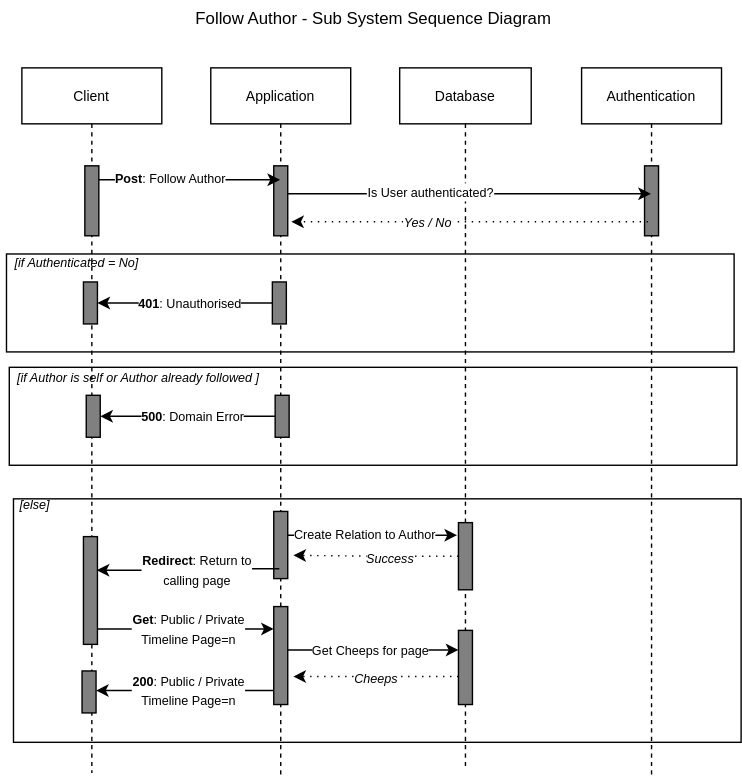
Above: docs/Diagrams/SubSystemSequenceDiagramFollowAuthor.drawio.svg in ITU-BDSA23-GROUP22/Chirp (draw.io), before the change. Source tidied: cells renumbered, new cells last; positions are measured from the earlier drawing's top-left corner, leaving out a move shared by most shapes. Its diagram source:
```xml
<mxGraphModel background="#ffffff">
  <root>
    <mxCell id="0" />
    <mxCell id="1" parent="0" />
    <mxCell id="2" style="rounded=0;whiteSpace=wrap;html=1;fillColor=none;" parent="1" vertex="1">
      <mxGeometry x="9" y="356" width="520" height="174" as="geometry" />
    </mxCell>
    <mxCell id="3" value="Application" style="shape=umlLifeline;perimeter=lifelinePerimeter;whiteSpace=wrap;html=1;newEdgeStyle={&quot;edgeStyle&quot;:&quot;elbowEdgeStyle&quot;,&quot;elbow&quot;:&quot;vertical&quot;,&quot;curved&quot;:0,&quot;rounded&quot;:0};align=center;verticalAlign=middle;fontFamily=Helvetica;fontSize=10;fontColor=default;fillColor=none;gradientColor=none;" parent="1" vertex="1">
      <mxGeometry x="150" y="48" width="100" height="507" as="geometry" />
    </mxCell>
    <mxCell id="4" style="html=1;perimeter=orthogonalPerimeter;targetShapes=umlLifeline;newEdgeStyle={&quot;curved&quot;:0,&quot;rounded&quot;:0};fillColor=#808080;align=center;verticalAlign=middle;fontFamily=Helvetica;fontSize=10;fontColor=default;" parent="3" vertex="1">
      <mxGeometry x="45" y="70" width="10" height="50" as="geometry" />
    </mxCell>
    <mxCell id="5" style="html=1;points=[[0,0,0,0,5],[0,1,0,0,-5],[1,0,0,0,5],[1,1,0,0,-5]];perimeter=orthogonalPerimeter;outlineConnect=0;targetShapes=umlLifeline;portConstraint=eastwest;newEdgeStyle={&quot;curved&quot;:0,&quot;rounded&quot;:0};fillColor=#808080;align=center;verticalAlign=middle;fontFamily=Helvetica;fontSize=10;fontColor=default;" parent="3" vertex="1">
      <mxGeometry x="45" y="317" width="10" height="48" as="geometry" />
    </mxCell>
    <mxCell id="6" style="html=1;points=[[0,0,0,0,5],[0,1,0,0,-5],[1,0,0,0,5],[1,1,0,0,-5]];perimeter=orthogonalPerimeter;outlineConnect=0;targetShapes=umlLifeline;portConstraint=eastwest;newEdgeStyle={&quot;curved&quot;:0,&quot;rounded&quot;:0};fillColor=#808080;align=center;verticalAlign=middle;fontFamily=Helvetica;fontSize=10;fontColor=default;" parent="3" vertex="1">
      <mxGeometry x="45" y="385" width="10" height="70" as="geometry" />
    </mxCell>
    <mxCell id="7" value="Client" style="shape=umlLifeline;perimeter=lifelinePerimeter;whiteSpace=wrap;html=1;newEdgeStyle={&quot;edgeStyle&quot;:&quot;elbowEdgeStyle&quot;,&quot;elbow&quot;:&quot;vertical&quot;,&quot;curved&quot;:0,&quot;rounded&quot;:0};align=center;verticalAlign=middle;fontFamily=Helvetica;fontSize=10;fontColor=default;fillColor=none;gradientColor=none;" parent="1" vertex="1">
      <mxGeometry x="15" y="48" width="100" height="504" as="geometry" />
    </mxCell>
    <mxCell id="8" style="html=1;perimeter=orthogonalPerimeter;targetShapes=umlLifeline;newEdgeStyle={&quot;curved&quot;:0,&quot;rounded&quot;:0};fillColor=#808080;align=center;verticalAlign=middle;fontFamily=Helvetica;fontSize=10;fontColor=default;" parent="7" vertex="1">
      <mxGeometry x="45" y="70" width="10" height="50" as="geometry" />
    </mxCell>
    <mxCell id="9" style="html=1;points=[[0,0,0,0,5],[0,1,0,0,-5],[1,0,0,0,5],[1,1,0,0,-5]];perimeter=orthogonalPerimeter;outlineConnect=0;targetShapes=umlLifeline;portConstraint=eastwest;newEdgeStyle={&quot;curved&quot;:0,&quot;rounded&quot;:0};fillColor=#808080;align=center;verticalAlign=middle;fontFamily=Helvetica;fontSize=10;fontColor=default;" parent="7" vertex="1">
      <mxGeometry x="43" y="431" width="10" height="30" as="geometry" />
    </mxCell>
    <mxCell id="10" style="edgeStyle=none;shape=connector;rounded=0;orthogonalLoop=1;jettySize=auto;html=1;curved=0;labelBackgroundColor=default;strokeColor=default;align=center;verticalAlign=middle;fontFamily=Helvetica;fontSize=10;fontColor=default;endArrow=classic;" parent="1" edge="1">
      <mxGeometry relative="1" as="geometry">
        <mxPoint x="70" y="128" as="sourcePoint" />
        <mxPoint x="199.5" y="128" as="targetPoint" />
        <Array as="points">
          <mxPoint x="135" y="128" />
        </Array>
      </mxGeometry>
    </mxCell>
    <mxCell id="11" value="&lt;font style=&quot;font-size: 9px;&quot;&gt;&lt;b&gt;Post&lt;/b&gt;: Follow Author&lt;/font&gt;" style="edgeLabel;html=1;align=center;verticalAlign=middle;" parent="10" vertex="1">
      <mxGeometry x="-0.22" y="1" relative="1" as="geometry" />
    </mxCell>
    <mxCell id="12" value="Database" style="shape=umlLifeline;perimeter=lifelinePerimeter;whiteSpace=wrap;html=1;newEdgeStyle={&quot;edgeStyle&quot;:&quot;elbowEdgeStyle&quot;,&quot;elbow&quot;:&quot;vertical&quot;,&quot;curved&quot;:0,&quot;rounded&quot;:0};align=center;verticalAlign=middle;fontFamily=Helvetica;fontSize=10;fontColor=default;fillColor=none;gradientColor=none;" parent="1" vertex="1">
      <mxGeometry x="285" y="48" width="94" height="500" as="geometry" />
    </mxCell>
    <mxCell id="13" style="rounded=0;whiteSpace=wrap;html=1;fillColor=none;" parent="12" vertex="1">
      <mxGeometry x="-281" y="133" width="520" height="70" as="geometry" />
    </mxCell>
    <mxCell id="14" style="html=1;points=[[0,0,0,0,5],[0,1,0,0,-5],[1,0,0,0,5],[1,1,0,0,-5]];perimeter=orthogonalPerimeter;outlineConnect=0;targetShapes=umlLifeline;portConstraint=eastwest;newEdgeStyle={&quot;curved&quot;:0,&quot;rounded&quot;:0};fillColor=#808080;align=center;verticalAlign=middle;fontFamily=Helvetica;fontSize=10;fontColor=default;" parent="12" vertex="1">
      <mxGeometry x="-91" y="153" width="10" height="30" as="geometry" />
    </mxCell>
    <mxCell id="15" style="html=1;points=[[0,0,0,0,5],[0,1,0,0,-5],[1,0,0,0,5],[1,1,0,0,-5]];perimeter=orthogonalPerimeter;outlineConnect=0;targetShapes=umlLifeline;portConstraint=eastwest;newEdgeStyle={&quot;curved&quot;:0,&quot;rounded&quot;:0};fillColor=#808080;align=center;verticalAlign=middle;fontFamily=Helvetica;fontSize=10;fontColor=default;" parent="12" vertex="1">
      <mxGeometry x="-226" y="153" width="10" height="30" as="geometry" />
    </mxCell>
    <mxCell id="16" style="edgeStyle=orthogonalEdgeStyle;rounded=0;jettySize=auto;html=1;curved=0;" parent="12" edge="1" source="14" target="15">
      <mxGeometry relative="1" as="geometry" />
    </mxCell>
    <mxCell id="17" value="&lt;font style=&quot;font-size: 9px;&quot;&gt;&lt;b&gt;401&lt;/b&gt;: Unauthorised&lt;/font&gt;" style="edgeLabel;html=1;align=center;verticalAlign=middle;" parent="16" vertex="1">
      <mxGeometry x="-0.25" y="-1" relative="1" as="geometry">
        <mxPoint x="-13" y="1" as="offset" />
      </mxGeometry>
    </mxCell>
    <mxCell id="18" style="rounded=0;whiteSpace=wrap;html=1;fillColor=none;" parent="12" vertex="1">
      <mxGeometry x="-279" y="214" width="520" height="70" as="geometry" />
    </mxCell>
    <mxCell id="19" style="html=1;points=[[0,0,0,0,5],[0,1,0,0,-5],[1,0,0,0,5],[1,1,0,0,-5]];perimeter=orthogonalPerimeter;outlineConnect=0;targetShapes=umlLifeline;portConstraint=eastwest;newEdgeStyle={&quot;curved&quot;:0,&quot;rounded&quot;:0};fillColor=#808080;align=center;verticalAlign=middle;fontFamily=Helvetica;fontSize=10;fontColor=default;" parent="12" vertex="1">
      <mxGeometry x="-89" y="234" width="10" height="30" as="geometry" />
    </mxCell>
    <mxCell id="20" style="html=1;points=[[0,0,0,0,5],[0,1,0,0,-5],[1,0,0,0,5],[1,1,0,0,-5]];perimeter=orthogonalPerimeter;outlineConnect=0;targetShapes=umlLifeline;portConstraint=eastwest;newEdgeStyle={&quot;curved&quot;:0,&quot;rounded&quot;:0};fillColor=#808080;align=center;verticalAlign=middle;fontFamily=Helvetica;fontSize=10;fontColor=default;" parent="12" vertex="1">
      <mxGeometry x="-224" y="234" width="10" height="30" as="geometry" />
    </mxCell>
    <mxCell id="21" style="edgeStyle=orthogonalEdgeStyle;rounded=0;jettySize=auto;html=1;curved=0;" parent="12" edge="1" source="19" target="20">
      <mxGeometry relative="1" as="geometry" />
    </mxCell>
    <mxCell id="22" value="&lt;font style=&quot;font-size: 9px;&quot;&gt;&lt;b&gt;500&lt;/b&gt;: Domain Error&lt;/font&gt;" style="edgeLabel;html=1;align=center;verticalAlign=middle;" parent="21" vertex="1">
      <mxGeometry x="-0.25" y="-1" relative="1" as="geometry">
        <mxPoint x="-13" y="1" as="offset" />
      </mxGeometry>
    </mxCell>
    <mxCell id="23" style="html=1;points=[[0,0,0,0,5],[0,1,0,0,-5],[1,0,0,0,5],[1,1,0,0,-5]];perimeter=orthogonalPerimeter;outlineConnect=0;targetShapes=umlLifeline;portConstraint=eastwest;newEdgeStyle={&quot;curved&quot;:0,&quot;rounded&quot;:0};fillColor=#808080;align=center;verticalAlign=middle;fontFamily=Helvetica;fontSize=10;fontColor=default;" parent="12" vertex="1">
      <mxGeometry x="42" y="325" width="10" height="48" as="geometry" />
    </mxCell>
    <mxCell id="24" style="html=1;points=[[0,0,0,0,5],[0,1,0,0,-5],[1,0,0,0,5],[1,1,0,0,-5]];perimeter=orthogonalPerimeter;outlineConnect=0;targetShapes=umlLifeline;portConstraint=eastwest;newEdgeStyle={&quot;curved&quot;:0,&quot;rounded&quot;:0};fillColor=#808080;align=center;verticalAlign=middle;fontFamily=Helvetica;fontSize=10;fontColor=default;" parent="12" vertex="1">
      <mxGeometry x="42" y="402" width="10" height="53" as="geometry" />
    </mxCell>
    <mxCell id="25" style="rounded=0;jettySize=auto;html=1;" parent="12" edge="1" source="5">
      <mxGeometry relative="1" as="geometry">
        <mxPoint x="41" y="334" as="targetPoint" />
      </mxGeometry>
    </mxCell>
    <mxCell id="26" value="&lt;font style=&quot;font-size: 9px;&quot;&gt;Create Relation to Author&lt;/font&gt;" style="edgeLabel;html=1;align=center;verticalAlign=middle;" parent="25" vertex="1">
      <mxGeometry x="0.01" y="1" relative="1" as="geometry">
        <mxPoint x="-6" as="offset" />
      </mxGeometry>
    </mxCell>
    <mxCell id="27" style="rounded=0;jettySize=auto;html=1;dashed=1;dashPattern=1 4;" parent="12" edge="1" source="24">
      <mxGeometry relative="1" as="geometry">
        <mxPoint x="-76" y="435" as="targetPoint" />
      </mxGeometry>
    </mxCell>
    <mxCell id="28" value="&lt;i&gt;&lt;font style=&quot;font-size: 9px;&quot;&gt;Cheeps&lt;/font&gt;&lt;/i&gt;" style="edgeLabel;html=1;align=center;verticalAlign=middle;" parent="27" vertex="1">
      <mxGeometry x="0.4" relative="1" as="geometry">
        <mxPoint x="23" y="1" as="offset" />
      </mxGeometry>
    </mxCell>
    <mxCell id="29" value="Authentication" style="shape=umlLifeline;perimeter=lifelinePerimeter;whiteSpace=wrap;html=1;outlineConnect=0;portConstraint=eastwest;newEdgeStyle={&quot;edgeStyle&quot;:&quot;elbowEdgeStyle&quot;,&quot;elbow&quot;:&quot;vertical&quot;,&quot;curved&quot;:0,&quot;rounded&quot;:0};align=center;verticalAlign=middle;fontFamily=Helvetica;fontSize=10;fontColor=default;fillColor=none;gradientColor=none;" parent="1" vertex="1">
      <mxGeometry x="415" y="48" width="100" height="507" as="geometry" />
    </mxCell>
    <mxCell id="30" style="html=1;perimeter=orthogonalPerimeter;targetShapes=umlLifeline;newEdgeStyle={&quot;curved&quot;:0,&quot;rounded&quot;:0};fillColor=#808080;align=center;verticalAlign=middle;fontFamily=Helvetica;fontSize=10;fontColor=default;" parent="29" vertex="1">
      <mxGeometry x="45" y="70" width="10" height="50" as="geometry" />
    </mxCell>
    <mxCell id="31" value="Follow Author - Sub System Sequence Diagram" style="text;html=1;align=center;verticalAlign=middle;strokeColor=none;fillColor=none;" parent="1" vertex="1">
      <mxGeometry x="129" width="273" height="26" as="geometry" />
    </mxCell>
    <mxCell id="32" style="edgeStyle=none;shape=connector;rounded=0;jettySize=auto;html=1;curved=0;labelBackgroundColor=default;strokeColor=default;align=center;verticalAlign=middle;fontFamily=Helvetica;fontSize=10;fontColor=default;endArrow=classic;" parent="1" edge="1" target="29">
      <mxGeometry relative="1" as="geometry">
        <mxPoint x="205" y="138" as="sourcePoint" />
        <Array as="points">
          <mxPoint x="270" y="138" />
        </Array>
      </mxGeometry>
    </mxCell>
    <mxCell id="33" value="&lt;font style=&quot;font-size: 9px;&quot;&gt;Is User authenticated?&lt;/font&gt;" style="edgeLabel;html=1;align=center;verticalAlign=middle;" parent="32" vertex="1">
      <mxGeometry x="-0.22" y="1" relative="1" as="geometry" />
    </mxCell>
    <mxCell id="34" style="edgeStyle=orthogonalEdgeStyle;rounded=0;orthogonalLoop=1;jettySize=auto;html=1;curved=0;dashed=1;dashPattern=1 4;" parent="1" edge="1">
      <mxGeometry relative="1" as="geometry">
        <mxPoint x="462.5" y="158" as="sourcePoint" />
        <mxPoint x="207.5" y="158" as="targetPoint" />
      </mxGeometry>
    </mxCell>
    <mxCell id="35" value="&lt;i&gt;&lt;font style=&quot;font-size: 9px;&quot;&gt;Yes / No&lt;/font&gt;&lt;/i&gt;" style="edgeLabel;html=1;align=center;verticalAlign=middle;" parent="34" vertex="1">
      <mxGeometry x="0.4" relative="1" as="geometry">
        <mxPoint x="21" as="offset" />
      </mxGeometry>
    </mxCell>
    <mxCell id="36" value="&lt;font style=&quot;font-size: 9px;&quot;&gt;&lt;i&gt;[if Authenticated = No]&lt;/i&gt;&lt;/font&gt;" style="text;html=1;align=center;verticalAlign=middle;strokeColor=none;fillColor=none;" parent="1" vertex="1">
      <mxGeometry y="174" width="107" height="26" as="geometry" />
    </mxCell>
    <mxCell id="37" value="&lt;font&gt;&lt;i&gt;&lt;span style=&quot;font-size: 9px;&quot;&gt;[if Author is self or Author already followed ]&lt;/span&gt;&lt;/i&gt;&lt;/font&gt;" style="text;html=1;align=center;verticalAlign=middle;strokeColor=none;fillColor=none;" parent="1" vertex="1">
      <mxGeometry x="2" y="256" width="192" height="26" as="geometry" />
    </mxCell>
    <mxCell id="38" value="&lt;font style=&quot;font-size: 9px;&quot;&gt;&lt;i&gt;[else]&lt;/i&gt;&lt;/font&gt;" style="text;html=1;align=center;verticalAlign=middle;strokeColor=none;fillColor=none;" parent="1" vertex="1">
      <mxGeometry x="4" y="347" width="40" height="26" as="geometry" />
    </mxCell>
    <mxCell id="39" style="html=1;points=[[0,0,0,0,5],[0,1,0,0,-5],[1,0,0,0,5],[1,1,0,0,-5]];perimeter=orthogonalPerimeter;outlineConnect=0;targetShapes=umlLifeline;portConstraint=eastwest;newEdgeStyle={&quot;curved&quot;:0,&quot;rounded&quot;:0};fillColor=#808080;align=center;verticalAlign=middle;fontFamily=Helvetica;fontSize=10;fontColor=default;" parent="1" vertex="1">
      <mxGeometry x="59" y="383" width="10" height="77" as="geometry" />
    </mxCell>
    <mxCell id="40" style="edgeStyle=orthogonalEdgeStyle;rounded=0;jettySize=auto;html=1;curved=0;" parent="1" edge="1" source="39" target="6">
      <mxGeometry relative="1" as="geometry">
        <Array as="points">
          <mxPoint x="85" y="449" />
          <mxPoint x="85" y="449" />
        </Array>
      </mxGeometry>
    </mxCell>
    <mxCell id="41" value="&lt;font style=&quot;font-size: 9px;&quot;&gt;&lt;b&gt;Get&lt;/b&gt;: Public / Private &lt;br&gt;Timeline Page=n&lt;br&gt;&lt;/font&gt;" style="edgeLabel;html=1;align=center;verticalAlign=middle;" parent="40" vertex="1">
      <mxGeometry x="-0.37" relative="1" as="geometry">
        <mxPoint x="25" as="offset" />
      </mxGeometry>
    </mxCell>
    <mxCell id="42" style="edgeStyle=orthogonalEdgeStyle;rounded=0;jettySize=auto;html=1;curved=0;dashed=1;dashPattern=1 4;" parent="1" edge="1" source="23">
      <mxGeometry relative="1" as="geometry">
        <mxPoint x="209" y="396.4" as="targetPoint" />
      </mxGeometry>
    </mxCell>
    <mxCell id="43" value="&lt;i&gt;&lt;font style=&quot;font-size: 9px;&quot;&gt;Success&lt;/font&gt;&lt;/i&gt;" style="edgeLabel;html=1;align=center;verticalAlign=middle;" parent="42" vertex="1">
      <mxGeometry x="0.4" relative="1" as="geometry">
        <mxPoint x="33" y="1" as="offset" />
      </mxGeometry>
    </mxCell>
    <mxCell id="44" style="edgeStyle=orthogonalEdgeStyle;rounded=0;orthogonalLoop=1;jettySize=auto;html=1;curved=0;" parent="1" edge="1">
      <mxGeometry relative="1" as="geometry">
        <mxPoint x="199" y="406" as="sourcePoint" />
        <mxPoint x="68.5" y="407" as="targetPoint" />
        <Array as="points">
          <mxPoint x="159" y="406" />
          <mxPoint x="159" y="407" />
        </Array>
      </mxGeometry>
    </mxCell>
    <mxCell id="45" value="&lt;font style=&quot;font-size: 9px;&quot;&gt;&lt;b&gt;Redirect&lt;/b&gt;: Return to &lt;br&gt;calling page&lt;/font&gt;" style="edgeLabel;html=1;align=center;verticalAlign=middle;" parent="44" vertex="1">
      <mxGeometry x="-0.08" relative="1" as="geometry" />
    </mxCell>
    <mxCell id="46" style="edgeStyle=orthogonalEdgeStyle;rounded=0;jettySize=auto;html=1;curved=0;" parent="1" edge="1" source="6" target="9">
      <mxGeometry relative="1" as="geometry">
        <Array as="points">
          <mxPoint x="181" y="493" />
          <mxPoint x="181" y="493" />
        </Array>
      </mxGeometry>
    </mxCell>
    <mxCell id="47" value="&lt;font style=&quot;font-size: 9px;&quot;&gt;&lt;b&gt;200&lt;/b&gt;: Public / Private&lt;br&gt;Timeline&amp;nbsp;Page=n&lt;/font&gt;" style="edgeLabel;html=1;align=center;verticalAlign=middle;" parent="46" vertex="1">
      <mxGeometry x="-0.03" relative="1" as="geometry" />
    </mxCell>
    <mxCell id="48" style="edgeStyle=orthogonalEdgeStyle;rounded=0;jettySize=auto;html=1;curved=0;" parent="1" edge="1" source="6" target="24">
      <mxGeometry relative="1" as="geometry">
        <Array as="points">
          <mxPoint x="224" y="464" />
          <mxPoint x="224" y="464" />
        </Array>
      </mxGeometry>
    </mxCell>
    <mxCell id="49" value="&lt;font style=&quot;font-size: 9px;&quot;&gt;Get Cheeps for page&lt;/font&gt;" style="edgeLabel;html=1;align=center;verticalAlign=middle;" parent="48" vertex="1">
      <mxGeometry x="-0.25" y="1" relative="1" as="geometry">
        <mxPoint x="13" y="1" as="offset" />
      </mxGeometry>
    </mxCell>
  </root>
</mxGraphModel>
```
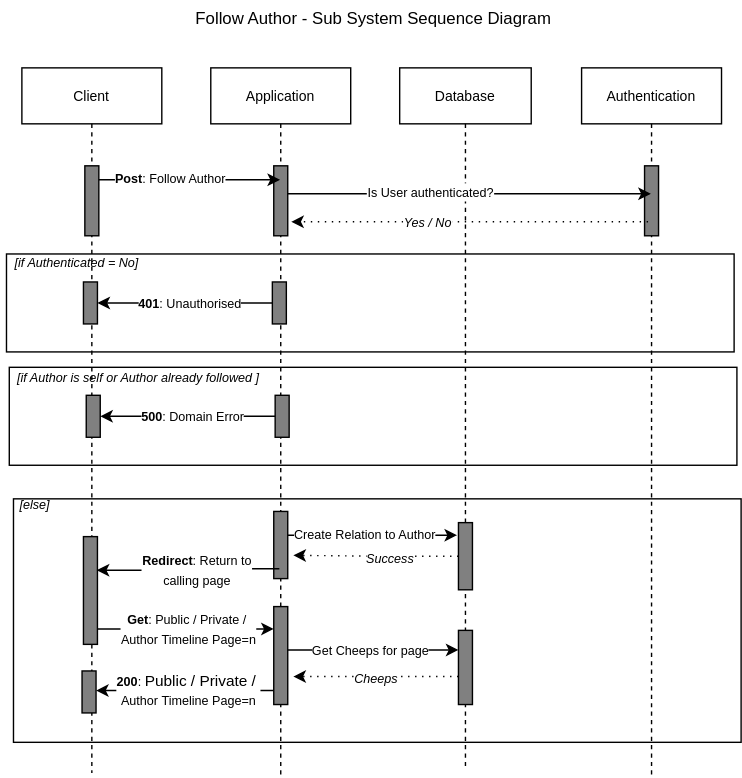
After the commit.

Commit message:
Added private and authors SubSystemSequenceDiagramFollowAuthor.drawio.svg

Diff of the diagram source:
```diff
@@ -152,7 +152,7 @@
         </Array>
       </mxGeometry>
     </mxCell>
-    <mxCell id="41" value="&lt;font style=&quot;font-size: 9px;&quot;&gt;&lt;b&gt;Get&lt;/b&gt;: Public / Private &lt;br&gt;Timeline Page=n&lt;br&gt;&lt;/font&gt;" style="edgeLabel;html=1;align=center;verticalAlign=middle;" parent="40" vertex="1">
+    <mxCell id="41" value="&lt;font style=&quot;font-size: 9px;&quot;&gt;&lt;b&gt;Get&lt;/b&gt;: Public / Private /&amp;nbsp;&lt;br style=&quot;border-color: var(--border-color);&quot;&gt;Author&amp;nbsp;Timeline Page=n&lt;br&gt;&lt;/font&gt;" style="edgeLabel;html=1;align=center;verticalAlign=middle;" parent="40" vertex="1">
       <mxGeometry x="-0.37" relative="1" as="geometry">
         <mxPoint x="25" as="offset" />
       </mxGeometry>
@@ -188,7 +188,7 @@
         </Array>
       </mxGeometry>
     </mxCell>
-    <mxCell id="47" value="&lt;font style=&quot;font-size: 9px;&quot;&gt;&lt;b&gt;200&lt;/b&gt;: Public / Private&lt;br&gt;Timeline&amp;nbsp;Page=n&lt;/font&gt;" style="edgeLabel;html=1;align=center;verticalAlign=middle;" parent="46" vertex="1">
+    <mxCell id="47" value="&lt;font style=&quot;font-size: 9px;&quot;&gt;&lt;b&gt;200&lt;/b&gt;:&amp;nbsp;&lt;/font&gt;Public / Private /&amp;nbsp;&lt;br style=&quot;border-color: var(--border-color); font-size: 9px;&quot;&gt;&lt;span style=&quot;font-size: 9px;&quot;&gt;Author&amp;nbsp;Timeline Page=n&lt;/span&gt;" style="edgeLabel;html=1;align=center;verticalAlign=middle;" parent="46" vertex="1">
       <mxGeometry x="-0.03" relative="1" as="geometry" />
     </mxCell>
     <mxCell id="48" style="edgeStyle=orthogonalEdgeStyle;rounded=0;jettySize=auto;html=1;curved=0;" parent="1" edge="1" source="6" target="24">
```
